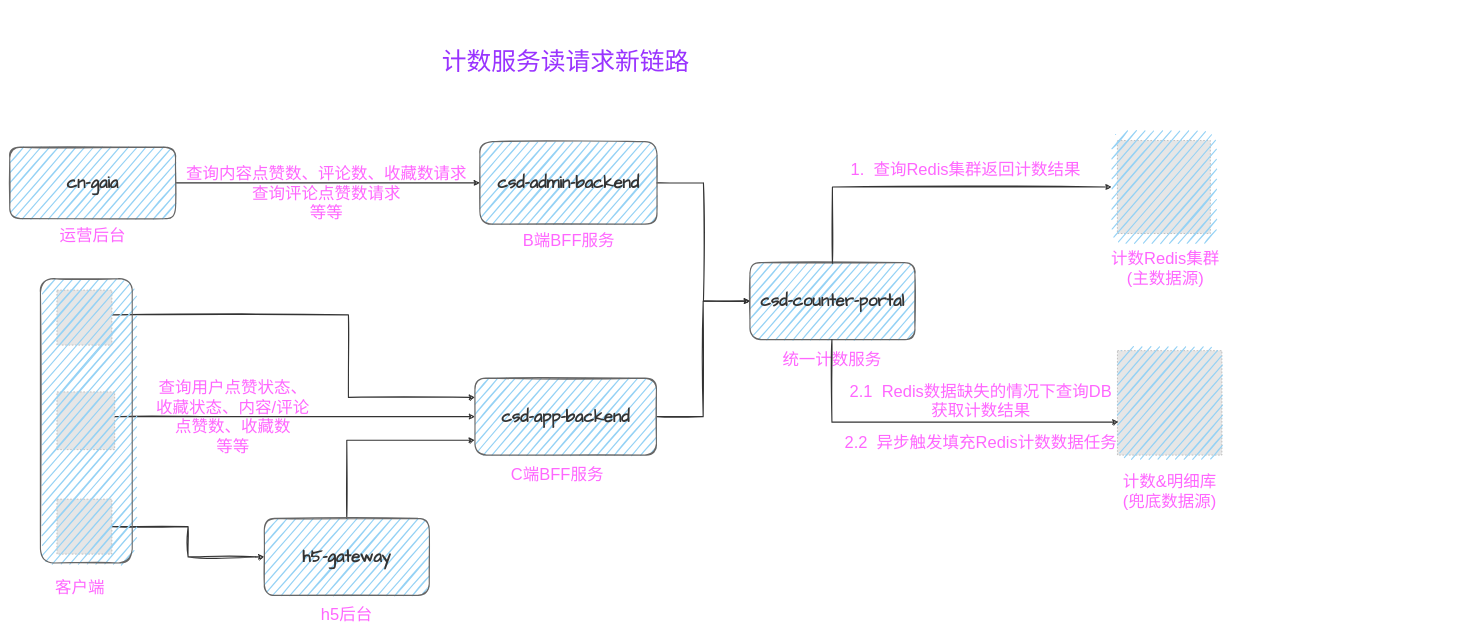
Before: pictures/计数服务读请求新链路.drawio in dimdark/my-drawio, a draw.io diagram. Source tidied: cells renumbered, new cells numbered last; positions are measured from the earlier drawing's top-left corner, leaving out a move shared by most shapes. Both pictures are drawn from the tidied source at 55%, with x=0, y=0 at pixel (9, 9). Pictures stored in the file or linked from it are replaced by grey dashed boxes.
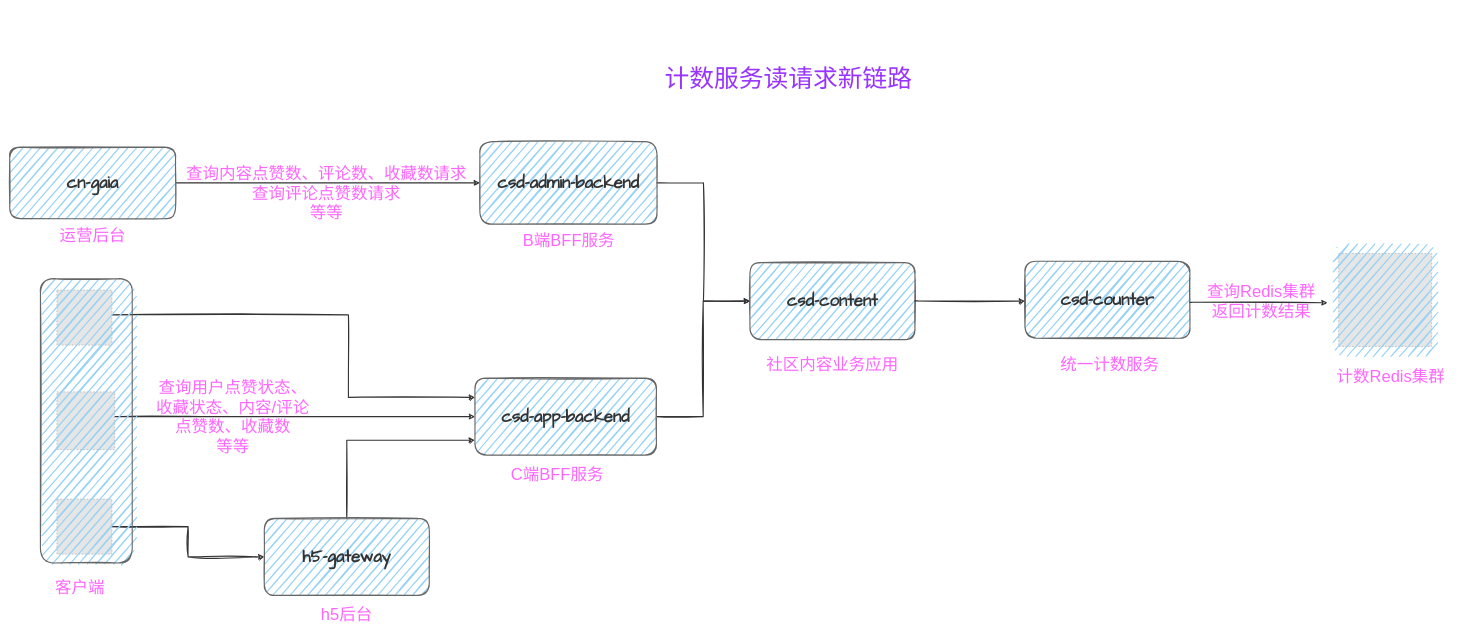
After the change.

Commit message:
更新计数服务读请求新链路.drawio

Change to the diagram source:
```diff
@@
-    <mxCell id="2" value="&lt;p style=&quot;line-height: 140%; font-size: 30px;&quot;&gt;&lt;font color=&quot;#333333&quot; style=&quot;font-size: 30px;&quot;&gt;&lt;span style=&quot;font-size: 30px;&quot;&gt;&lt;b style=&quot;font-size: 30px;&quot;&gt;csd-counter-portal&lt;/b&gt;&lt;/span&gt;&lt;/font&gt;&lt;/p&gt;" style="rounded=1;whiteSpace=wrap;html=1;shadow=0;glass=0;sketch=1;fillWeight=2;hachureGap=12;hachureAngle=-41;jiggle=1;curveFitting=1;simplification=0;strokeColor=#666666;strokeWidth=2;fontFamily=Architects Daughter;fontSize=30;fontColor=#666666;fillColor=#95D2F5;" parent="1" vertex="1">
+    <mxCell id="2" value="&lt;p style=&quot;line-height: 140%; font-size: 30px;&quot;&gt;&lt;font color=&quot;#333333&quot; style=&quot;font-size: 30px;&quot;&gt;&lt;span style=&quot;font-size: 30px;&quot;&gt;&lt;b style=&quot;font-size: 30px;&quot;&gt;csd-content&lt;/b&gt;&lt;/span&gt;&lt;/font&gt;&lt;/p&gt;" style="rounded=1;whiteSpace=wrap;html=1;shadow=0;glass=0;sketch=1;fillWeight=2;hachureGap=12;hachureAngle=-41;jiggle=1;curveFitting=1;simplification=0;strokeColor=#666666;strokeWidth=2;fontFamily=Architects Daughter;fontSize=30;fontColor=#666666;fillColor=#95D2F5;" parent="1" vertex="1">
       <mxGeometry x="1346" y="460" width="300" height="140" as="geometry" />
     </mxCell>
@@
     <mxCell id="22" style="fillColor=#E6E6E6;strokeColor=#999999;dashed=1;verticalLabelPosition=bottom;labelBackgroundColor=default;verticalAlign=top;" parent="1" vertex="1">
-      <mxGeometry x="2014.1" y="238" width="169.1" height="169.1" as="geometry" />
+      <mxGeometry x="2416.5" y="443.4" width="169.1" height="169.1" as="geometry" />
     </mxCell>
     <mxCell id="23" value="&lt;p style=&quot;line-height: 140%; font-size: 30px;&quot;&gt;&lt;br&gt;&lt;/p&gt;" style="rounded=1;whiteSpace=wrap;html=1;shadow=0;glass=0;sketch=1;fillWeight=2;hachureGap=12;hachureAngle=-41;jiggle=1;curveFitting=1;simplification=0;strokeColor=none;strokeWidth=2;fontFamily=Architects Daughter;fontSize=30;fontColor=#666666;fillColor=#95D2F5;" parent="1" vertex="1">
-      <mxGeometry x="2003.6" y="220" width="190" height="205" as="geometry" />
+      <mxGeometry x="2406" y="425.5" width="190" height="205" as="geometry" />
     </mxCell>
-    <mxCell id="24" style="fillColor=#E6E6E6;strokeColor=#999999;dashed=1;verticalLabelPosition=bottom;labelBackgroundColor=default;verticalAlign=top;" parent="1" vertex="1">
-      <mxGeometry x="2014.2" y="620" width="190" height="190" as="geometry" />
-    </mxCell>
-    <mxCell id="25" value="&lt;p style=&quot;line-height: 140%; font-size: 30px;&quot;&gt;&lt;br&gt;&lt;/p&gt;" style="rounded=1;whiteSpace=wrap;html=1;shadow=0;glass=0;sketch=1;fillWeight=2;hachureGap=12;hachureAngle=-41;jiggle=1;curveFitting=1;simplification=0;strokeColor=none;strokeWidth=2;fontFamily=Architects Daughter;fontSize=30;fontColor=#666666;fillColor=#95D2F5;" parent="1" vertex="1">
-      <mxGeometry x="2014.2" y="612.5" width="190" height="205" as="geometry" />
-    </mxCell>
-    <mxCell id="26" value="计数&amp;amp;明细库&lt;br&gt;(兜底数据源)" style="text;html=1;strokeColor=none;fillColor=none;align=center;verticalAlign=middle;whiteSpace=wrap;rounded=0;sketch=1;fontSize=30;fontColor=#FF66FF;" parent="1" vertex="1">
-      <mxGeometry x="2011.7" y="835" width="195" height="80" as="geometry" />
-    </mxCell>
-    <mxCell id="27" value="计数Redis集群&lt;br&gt;(主数据源)" style="text;html=1;strokeColor=none;fillColor=none;align=center;verticalAlign=middle;whiteSpace=wrap;rounded=0;sketch=1;fontSize=30;fontColor=#FF66FF;" parent="1" vertex="1">
-      <mxGeometry x="1996.3" y="442.5" width="210.5" height="55" as="geometry" />
+    <mxCell id="27" value="计数Redis集群" style="text;html=1;strokeColor=none;fillColor=none;align=center;verticalAlign=middle;whiteSpace=wrap;rounded=0;sketch=1;fontSize=30;fontColor=#FF66FF;" parent="1" vertex="1">
+      <mxGeometry x="2406" y="639.5" width="210.5" height="55" as="geometry" />
     </mxCell>
@@
     <mxCell id="30" value="统一计数服务" style="text;html=1;strokeColor=none;fillColor=none;align=center;verticalAlign=middle;whiteSpace=wrap;rounded=0;sketch=1;fontSize=30;fontColor=#FF66FF;" parent="1" vertex="1">
-      <mxGeometry x="1400.8" y="600" width="188.5" height="70" as="geometry" />
+      <mxGeometry x="1906" y="610" width="188.5" height="70" as="geometry" />
     </mxCell>
@@
     <mxCell id="32" value="&lt;div style=&quot;font-size: 45px;&quot;&gt;&lt;div class=&quot;old-record-id-MmY3dnBYno8vMrxCCS0ccUi1nzh&quot; style=&quot;font-size: 45px;&quot;&gt;&lt;font color=&quot;#9933ff&quot; style=&quot;font-size: 45px;&quot;&gt;计数服务读请求新链路&lt;/font&gt;&lt;/div&gt;&lt;/div&gt;" style="text;html=1;strokeColor=none;fillColor=none;align=center;verticalAlign=middle;whiteSpace=wrap;rounded=0;sketch=1;fontSize=45;fontColor=#FF66FF;" parent="1" vertex="1">
-      <mxGeometry x="531" width="960" height="190" as="geometry" />
+      <mxGeometry x="936" y="30" width="960" height="190" as="geometry" />
     </mxCell>
-    <mxCell id="33" value="1.&amp;nbsp; 查询Redis集群返回计数结果" style="text;html=1;strokeColor=none;fillColor=none;align=center;verticalAlign=middle;whiteSpace=wrap;rounded=0;sketch=1;fontSize=30;fontColor=#FF66FF;" parent="1" vertex="1">
-      <mxGeometry x="1436" y="250" width="605" height="80" as="geometry" />
+    <mxCell id="33" value="查询Redis集群&lt;br&gt;返回计数结果" style="text;html=1;strokeColor=none;fillColor=none;align=center;verticalAlign=middle;whiteSpace=wrap;rounded=0;sketch=1;fontSize=30;fontColor=#FF66FF;" parent="1" vertex="1">
+      <mxGeometry x="2156" y="485" width="240" height="90" as="geometry" />
     </mxCell>
-    <mxCell id="34" style="edgeStyle=orthogonalEdgeStyle;rounded=0;sketch=1;jettySize=auto;html=1;strokeWidth=2;fontSize=30;fontColor=#FF66FF;entryX=0;entryY=0.5;entryDx=0;entryDy=0;strokeColor=#333333;" parent="1" edge="1" target="23">
-      <mxGeometry relative="1" as="geometry">
-        <mxPoint x="1496" y="461" as="sourcePoint" />
-        <Array as="points">
-          <mxPoint x="1496" y="461" />
-          <mxPoint x="1496" y="253" />
-        </Array>
-      </mxGeometry>
-    </mxCell>
-    <mxCell id="35" style="edgeStyle=orthogonalEdgeStyle;rounded=0;sketch=1;jettySize=auto;html=1;strokeWidth=2;fontSize=30;fontColor=#FF66FF;strokeColor=#333333;exitX=0.5;exitY=0;exitDx=0;exitDy=0;" parent="1" edge="1" source="30">
-      <mxGeometry relative="1" as="geometry">
-        <mxPoint x="2016" y="750" as="targetPoint" />
-        <Array as="points">
-          <mxPoint x="1495" y="750" />
-        </Array>
-      </mxGeometry>
-    </mxCell>
-    <mxCell id="36" value="2.1&amp;nbsp; Redis数据缺失的情况下查询DB&lt;br&gt;获取计数结果" style="text;html=1;strokeColor=none;fillColor=none;align=center;verticalAlign=middle;whiteSpace=wrap;rounded=0;sketch=1;fontSize=30;fontColor=#FF66FF;" parent="1" vertex="1">
-      <mxGeometry x="1436" y="680" width="660" height="62.5" as="geometry" />
-    </mxCell>
-    <mxCell id="37" value="2.2&amp;nbsp; 异步触发填充Redis计数数据任务" style="text;html=1;strokeColor=none;fillColor=none;align=center;verticalAlign=middle;whiteSpace=wrap;rounded=0;sketch=1;fontSize=30;fontColor=#FF66FF;" parent="1" vertex="1">
-      <mxGeometry x="1436" y="755" width="660" height="62.5" as="geometry" />
-    </mxCell>
+    <mxCell id="38" value="&lt;p style=&quot;line-height: 140%; font-size: 30px;&quot;&gt;&lt;font color=&quot;#333333&quot; style=&quot;font-size: 30px;&quot;&gt;&lt;span style=&quot;font-size: 30px;&quot;&gt;&lt;b style=&quot;font-size: 30px;&quot;&gt;csd-counter&lt;/b&gt;&lt;/span&gt;&lt;/font&gt;&lt;/p&gt;" style="rounded=1;whiteSpace=wrap;html=1;shadow=0;glass=0;sketch=1;fillWeight=2;hachureGap=12;hachureAngle=-41;jiggle=1;curveFitting=1;simplification=0;strokeColor=#666666;strokeWidth=2;fontFamily=Architects Daughter;fontSize=30;fontColor=#666666;fillColor=#95D2F5;" parent="1" vertex="1">
+      <mxGeometry x="1846" y="457.5" width="300" height="140" as="geometry" />
+    </mxCell>
+    <mxCell id="39" value="社区内容业务应用" style="text;html=1;strokeColor=none;fillColor=none;align=center;verticalAlign=middle;whiteSpace=wrap;rounded=0;sketch=1;fontSize=30;fontColor=#FF66FF;" parent="1" vertex="1">
+      <mxGeometry x="1366" y="610" width="260" height="70" as="geometry" />
+    </mxCell>
+    <mxCell id="40" style="edgeStyle=orthogonalEdgeStyle;rounded=0;sketch=1;orthogonalLoop=1;jettySize=auto;html=1;strokeWidth=2;fontSize=30;fontColor=#FF66FF;strokeColor=#333333;" parent="1" edge="1">
+      <mxGeometry relative="1" as="geometry">
+        <mxPoint x="1651" y="529.5" as="sourcePoint" />
+        <mxPoint x="1846" y="530" as="targetPoint" />
+        <Array as="points">
+          <mxPoint x="1646" y="529.5" />
+          <mxPoint x="1646" y="529.5" />
+        </Array>
+      </mxGeometry>
+    </mxCell>
+    <mxCell id="41" style="edgeStyle=orthogonalEdgeStyle;rounded=0;sketch=1;orthogonalLoop=1;jettySize=auto;html=1;strokeWidth=2;fontSize=30;fontColor=#FF66FF;strokeColor=#333333;" parent="1" edge="1">
+      <mxGeometry relative="1" as="geometry">
+        <mxPoint x="2151" y="532" as="sourcePoint" />
+        <mxPoint x="2396" y="533" as="targetPoint" />
+        <Array as="points">
+          <mxPoint x="2146" y="532" />
+          <mxPoint x="2146" y="532" />
+        </Array>
+      </mxGeometry>
+    </mxCell>
```
